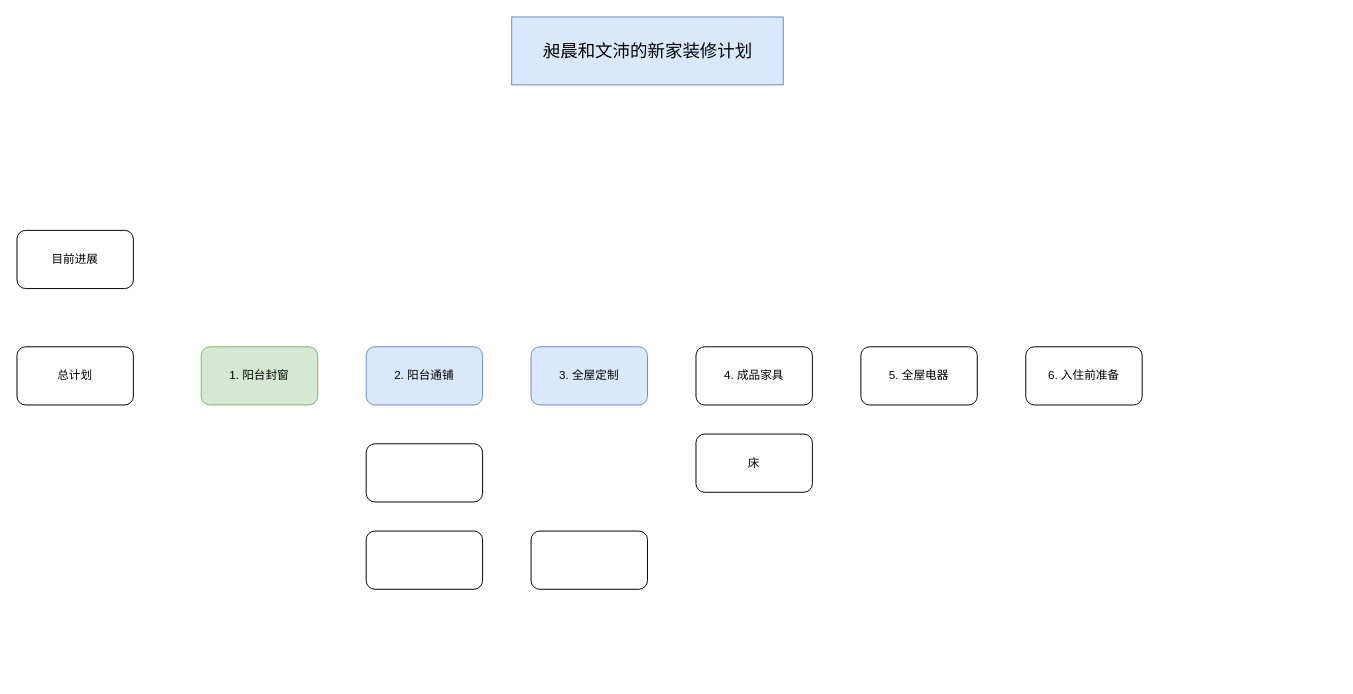
The draw.io diagram page "第 1 页" (1 of 2) of newHome.drawio in liuminjit/Diary, before the edit. Source tidied: cells renumbered, new cells numbered last; positions are measured from the earlier drawing's top-left corner, leaving out a move shared by most shapes. Both pictures are drawn from the tidied source at 97%, with x=0, y=0 at pixel (16, 16).
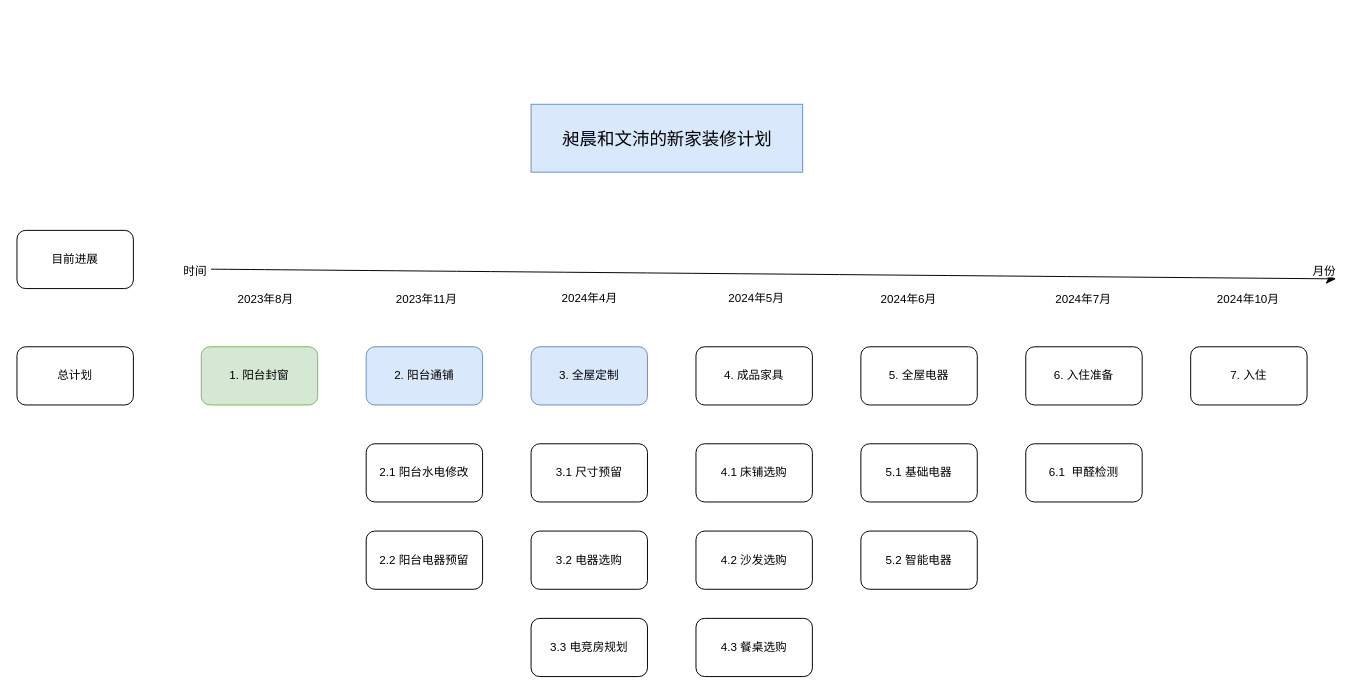
After the change.

Change to the diagram source:
```diff
@@
     <mxCell id="2" value="&lt;font style=&quot;font-size: 18px;&quot;&gt;昶晨和文沛的新家装修计划&lt;/font&gt;" style="text;html=1;align=center;verticalAlign=middle;strokeColor=#6c8ebf;fillColor=#dae8fc;spacingLeft=20;spacingBottom=20;spacingRight=20;spacingTop=20;fontFamily=Georgia;" parent="1" vertex="1">
-      <mxGeometry x="510" width="280" height="70" as="geometry" />
+      <mxGeometry x="530" y="90" width="280" height="70" as="geometry" />
     </mxCell>
@@
-    <mxCell id="10" value="6. 入住前准备" style="rounded=1;whiteSpace=wrap;html=1;" parent="1" vertex="1">
+    <mxCell id="10" value="6. 入住准备" style="rounded=1;whiteSpace=wrap;html=1;" parent="1" vertex="1">
       <mxGeometry x="1040" y="340" width="120" height="60" as="geometry" />
     </mxCell>
-    <mxCell id="11" style="rounded=1;whiteSpace=wrap;html=1;" parent="1" vertex="1">
+    <mxCell id="11" value="2.1 阳台水电修改" style="rounded=1;whiteSpace=wrap;html=1;" parent="1" vertex="1">
       <mxGeometry x="360" y="440" width="120" height="60" as="geometry" />
     </mxCell>
-    <mxCell id="12" style="rounded=1;whiteSpace=wrap;html=1;" parent="1" vertex="1">
+    <mxCell id="12" value="2.2 阳台电器预留" style="rounded=1;whiteSpace=wrap;html=1;" parent="1" vertex="1">
       <mxGeometry x="360" y="530" width="120" height="60" as="geometry" />
     </mxCell>
-    <mxCell id="13" value="床" style="rounded=1;whiteSpace=wrap;html=1;" parent="1" vertex="1">
-      <mxGeometry x="700" y="430" width="120" height="60" as="geometry" />
+    <mxCell id="13" value="4.1 床铺选购" style="rounded=1;whiteSpace=wrap;html=1;" parent="1" vertex="1">
+      <mxGeometry x="700" y="440" width="120" height="60" as="geometry" />
     </mxCell>
-    <mxCell id="14" style="rounded=1;whiteSpace=wrap;html=1;" parent="1" vertex="1">
-      <mxGeometry x="530" y="530" width="120" height="60" as="geometry" />
+    <mxCell id="14" value="3.1 尺寸预留" style="rounded=1;whiteSpace=wrap;html=1;" parent="1" vertex="1">
+      <mxGeometry x="530" y="440" width="120" height="60" as="geometry" />
     </mxCell>
+    <mxCell id="15" value="3.2 电器选购" style="rounded=1;whiteSpace=wrap;html=1;" parent="1" vertex="1">
+      <mxGeometry x="530" y="530" width="120" height="60" as="geometry" />
+    </mxCell>
+    <mxCell id="16" value="4.2 沙发选购" style="rounded=1;whiteSpace=wrap;html=1;" parent="1" vertex="1">
+      <mxGeometry x="700" y="530" width="120" height="60" as="geometry" />
+    </mxCell>
+    <mxCell id="17" value="4.3 餐桌选购" style="rounded=1;whiteSpace=wrap;html=1;" parent="1" vertex="1">
+      <mxGeometry x="700" y="620" width="120" height="60" as="geometry" />
+    </mxCell>
+    <mxCell id="18" value="3.3 电竞房规划" style="rounded=1;whiteSpace=wrap;html=1;" parent="1" vertex="1">
+      <mxGeometry x="530" y="620" width="120" height="60" as="geometry" />
+    </mxCell>
+    <mxCell id="19" value="5.1 基础电器" style="rounded=1;whiteSpace=wrap;html=1;" parent="1" vertex="1">
+      <mxGeometry x="870" y="440" width="120" height="60" as="geometry" />
+    </mxCell>
+    <mxCell id="20" value="5.2 智能电器" style="rounded=1;whiteSpace=wrap;html=1;" parent="1" vertex="1">
+      <mxGeometry x="870" y="530" width="120" height="60" as="geometry" />
+    </mxCell>
+    <mxCell id="21" style="endArrow=classic;html=1;rounded=0;fontSize=12;startSize=8;endSize=8;curved=1;" parent="1" edge="1">
+      <mxGeometry relative="1" as="geometry">
+        <mxPoint x="200" y="260" as="sourcePoint" />
+        <mxPoint x="1360" y="270" as="targetPoint" />
+      </mxGeometry>
+    </mxCell>
+    <mxCell id="22" value="2024年4月" style="edgeLabel;html=1;fontSize=12;align=center;verticalAlign=middle;" parent="21" vertex="1">
+      <mxGeometry relative="1" as="geometry">
+        <mxPoint x="-190" y="25" as="offset" />
+      </mxGeometry>
+    </mxCell>
+    <mxCell id="23" value="时间" style="edgeLabel;html=1;fontSize=12;align=left;verticalAlign=bottom;" parent="21" vertex="1">
+      <mxGeometry x="-1" relative="1" as="geometry">
+        <mxPoint x="-30" y="10" as="offset" />
+      </mxGeometry>
+    </mxCell>
+    <mxCell id="24" value="月份" style="edgeLabel;html=1;fontSize=12;align=right;verticalAlign=bottom;" parent="21" vertex="1">
+      <mxGeometry x="1" relative="1" as="geometry" />
+    </mxCell>
+    <mxCell id="25" value="2023年8月" style="edgeLabel;html=1;align=center;verticalAlign=middle;fontSize=12;" parent="21" vertex="1">
+      <mxGeometry x="-0.91" y="6" relative="1" as="geometry">
+        <mxPoint x="3" y="36" as="offset" />
+      </mxGeometry>
+    </mxCell>
+    <mxCell id="26" value="2024年5月" style="edgeLabel;html=1;align=center;verticalAlign=middle;fontSize=12;" parent="21" vertex="1">
+      <mxGeometry x="0.11" y="5" relative="1" as="geometry">
+        <mxPoint x="-83" y="29" as="offset" />
+      </mxGeometry>
+    </mxCell>
+    <mxCell id="27" value="2024年6月" style="edgeLabel;html=1;align=center;verticalAlign=middle;fontSize=12;" parent="21" vertex="1">
+      <mxGeometry x="0.48" y="3" relative="1" as="geometry">
+        <mxPoint x="-139" y="26" as="offset" />
+      </mxGeometry>
+    </mxCell>
+    <mxCell id="28" value="2023年11月" style="edgeLabel;html=1;align=center;verticalAlign=middle;fontSize=12;" parent="21" vertex="1">
+      <mxGeometry x="-0.91" y="6" relative="1" as="geometry">
+        <mxPoint x="169" y="36" as="offset" />
+      </mxGeometry>
+    </mxCell>
+    <mxCell id="29" value="2024年7月" style="edgeLabel;html=1;align=center;verticalAlign=middle;fontSize=12;" parent="21" vertex="1">
+      <mxGeometry x="0.48" y="3" relative="1" as="geometry">
+        <mxPoint x="41" y="26" as="offset" />
+      </mxGeometry>
+    </mxCell>
+    <mxCell id="30" value="2024年10月" style="edgeLabel;html=1;align=center;verticalAlign=middle;fontSize=12;" parent="21" vertex="1">
+      <mxGeometry x="0.48" y="3" relative="1" as="geometry">
+        <mxPoint x="211" y="26" as="offset" />
+      </mxGeometry>
+    </mxCell>
+    <mxCell id="31" value="7. 入住" style="rounded=1;whiteSpace=wrap;html=1;" parent="1" vertex="1">
+      <mxGeometry x="1210" y="340" width="120" height="60" as="geometry" />
+    </mxCell>
+    <mxCell id="32" value="6.1&amp;nbsp; 甲醛检测" style="rounded=1;whiteSpace=wrap;html=1;" parent="1" vertex="1">
+      <mxGeometry x="1040" y="440" width="120" height="60" as="geometry" />
+    </mxCell>
```
